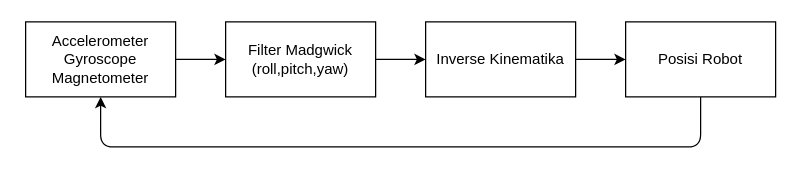
Before: page "Page-2" (2 of 2) of Graph/BlokDiagram.drawio in utamadonny/AHRS-MKF, a draw.io diagram. Source tidied: cells renumbered, new cells numbered last; positions are measured from the earlier drawing's top-left corner, leaving out a move shared by most shapes. Both pictures are drawn from the tidied source at 125%, with x=0, y=0 at pixel (25, 21).
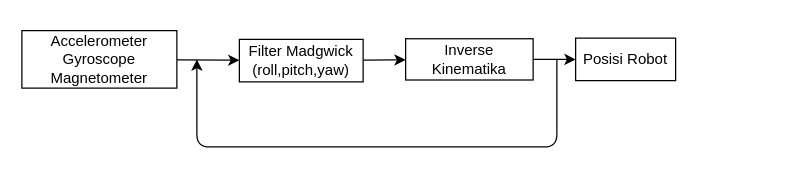
The same diagram, later.

What changed in the source:
```diff
@@
 <mxGraphModel>
   <root>
     <mxCell id="0" />
     <mxCell id="1" parent="0" />
-    <mxCell id="2" style="edgeStyle=none;html=1;entryX=0.5;entryY=1;entryDx=0;entryDy=0;" parent="1" edge="1" source="3" target="5">
+    <mxCell id="2" style="edgeStyle=none;html=1;" parent="1" edge="1">
       <mxGeometry relative="1" as="geometry">
+        <mxPoint x="425" y="30" as="sourcePoint" />
+        <mxPoint x="137" y="30" as="targetPoint" />
         <Array as="points">
-          <mxPoint x="540" y="100" />
-          <mxPoint x="60" y="100" />
+          <mxPoint x="425" y="100" />
+          <mxPoint x="137" y="100" />
         </Array>
       </mxGeometry>
     </mxCell>
     <mxCell id="3" value="Posisi Robot" style="rounded=0;whiteSpace=wrap;html=1;" parent="1" vertex="1">
-      <mxGeometry x="480" width="120" height="60" as="geometry" />
+      <mxGeometry x="440" y="13" width="80" height="34" as="geometry" />
     </mxCell>
     <mxCell id="4" style="edgeStyle=none;html=1;" parent="1" edge="1" source="5" target="7">
       <mxGeometry relative="1" as="geometry" />
     </mxCell>
     <mxCell id="5" value="Accelerometer&lt;br&gt;Gyroscope&lt;br&gt;Magnetometer" style="rounded=0;whiteSpace=wrap;html=1;" parent="1" vertex="1">
-      <mxGeometry width="120" height="60" as="geometry" />
+      <mxGeometry x="-3" y="7" width="124" height="46" as="geometry" />
     </mxCell>
     <mxCell id="6" style="edgeStyle=none;html=1;" parent="1" edge="1" source="7" target="9">
       <mxGeometry relative="1" as="geometry" />
     </mxCell>
     <mxCell id="7" value="Filter Madgwick&lt;br&gt;(roll,pitch,yaw)" style="rounded=0;whiteSpace=wrap;html=1;" parent="1" vertex="1">
-      <mxGeometry x="160" width="120" height="60" as="geometry" />
+      <mxGeometry x="171" y="14" width="99" height="34" as="geometry" />
     </mxCell>
     <mxCell id="8" style="edgeStyle=none;html=1;" parent="1" edge="1" source="9" target="3">
       <mxGeometry relative="1" as="geometry" />
     </mxCell>
     <mxCell id="9" value="Inverse Kinematika" style="rounded=0;whiteSpace=wrap;html=1;" parent="1" vertex="1">
-      <mxGeometry x="320" width="120" height="60" as="geometry" />
+      <mxGeometry x="304" y="13.5" width="102" height="33" as="geometry" />
     </mxCell>
   </root>
 </mxGraphModel>
```
